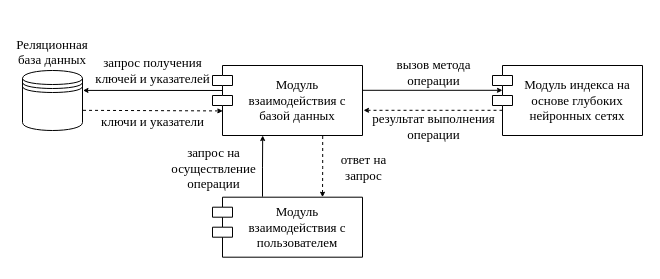
This is page "sw-struct" (5 of 6) of docs/main/img/idef0.drawio from MyMiDiII/bmstu-diploma-li, a draw.io file, before an edit. Source tidied: cells renumbered, new cells numbered last; positions are measured from the earlier drawing's top-left corner, leaving out a move shared by most shapes. Both pictures are drawn from the tidied source at 100%, with x=0, y=0 at pixel (22, 65).
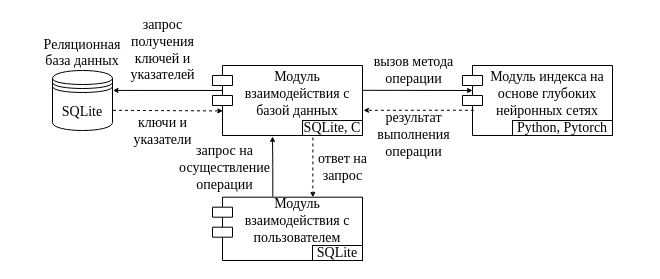
Above is the later version.

Change to the diagram source:
```diff
@@
-    <mxCell id="2" style="shape=connector;rounded=0;jettySize=auto;html=1;exitX=1.009;exitY=0.664;exitDx=0;exitDy=0;labelBackgroundColor=default;strokeColor=default;fontFamily=Times New Roman;fontSize=13;fontColor=default;startArrow=none;startFill=0;endArrow=classic;startSize=3;endSize=3;entryX=0.069;entryY=0.649;entryDx=0;entryDy=0;entryPerimeter=0;exitPerimeter=0;dashed=1;" parent="1" edge="1" source="4" target="10">
+    <mxCell id="2" style="shape=connector;rounded=0;jettySize=auto;html=1;exitX=1.009;exitY=0.664;exitDx=0;exitDy=0;labelBackgroundColor=default;strokeColor=default;fontFamily=Times New Roman;fontSize=14;fontColor=default;startArrow=none;startFill=0;endArrow=classic;startSize=3;endSize=3;entryX=0.069;entryY=0.649;entryDx=0;entryDy=0;entryPerimeter=0;exitPerimeter=0;dashed=1;" parent="1" edge="1" source="4" target="10">
       <mxGeometry relative="1" as="geometry" />
     </mxCell>
-    <mxCell id="3" value="ключи и указатели" style="edgeLabel;html=1;align=center;verticalAlign=middle;fontSize=13;fontFamily=Times New Roman;fontColor=default;labelBackgroundColor=none;" parent="2" vertex="1">
+    <mxCell id="3" value="ключи и&lt;br&gt;указатели" style="edgeLabel;html=1;align=center;verticalAlign=middle;fontSize=14;fontFamily=Times New Roman;fontColor=default;labelBackgroundColor=none;" parent="2" vertex="1">
       <mxGeometry x="-0.18" relative="1" as="geometry">
-        <mxPoint x="12" y="10" as="offset" />
+        <mxPoint x="4" y="20" as="offset" />
       </mxGeometry>
     </mxCell>
-    <mxCell id="4" value="Реляционная&lt;br style=&quot;font-size: 13px;&quot;&gt;база данных" style="shape=datastore;whiteSpace=wrap;html=1;fillColor=none;labelPosition=center;verticalLabelPosition=top;align=center;verticalAlign=bottom;fontFamily=Times New Roman;fontSize=13;" parent="1" vertex="1">
-      <mxGeometry y="5" width="60" height="60" as="geometry" />
+    <mxCell id="4" value="Реляционная&lt;br style=&quot;font-size: 14px;&quot;&gt;база данных&lt;br style=&quot;font-size: 14px;&quot;&gt;&lt;br style=&quot;font-size: 14px;&quot;&gt;&lt;br style=&quot;font-size: 14px;&quot;&gt;SQLite" style="shape=datastore;whiteSpace=wrap;html=1;fillColor=none;labelPosition=center;verticalLabelPosition=middle;align=center;verticalAlign=middle;fontFamily=Times New Roman;fontSize=14;spacingBottom=64;" parent="1" vertex="1">
+      <mxGeometry x="30" y="5" width="60" height="60" as="geometry" />
     </mxCell>
-    <mxCell id="5" style="edgeStyle=orthogonalEdgeStyle;shape=connector;rounded=0;orthogonalLoop=1;jettySize=auto;html=1;exitX=0.632;exitY=-0.009;exitDx=0;exitDy=0;entryX=0.833;entryY=0.971;entryDx=0;entryDy=0;labelBackgroundColor=default;strokeColor=default;fontFamily=Times New Roman;fontSize=13;fontColor=default;startArrow=none;startFill=0;endArrow=classic;startSize=3;endSize=3;entryPerimeter=0;exitPerimeter=0;" parent="1" edge="1">
-      <mxGeometry relative="1" as="geometry">
-        <mxPoint x="240" y="131.2" as="sourcePoint" />
-        <mxPoint x="240.2" y="70" as="targetPoint" />
-        <Array as="points">
-          <mxPoint x="240.2" y="101.7" />
-          <mxPoint x="240.2" y="101.7" />
-        </Array>
-      </mxGeometry>
+    <mxCell id="5" style="edgeStyle=orthogonalEdgeStyle;shape=connector;rounded=0;jettySize=auto;html=1;exitX=0.402;exitY=-0.008;exitDx=0;exitDy=0;labelBackgroundColor=default;strokeColor=default;fontFamily=Times New Roman;fontSize=14;fontColor=default;startArrow=none;startFill=0;endArrow=classic;startSize=3;endSize=3;exitPerimeter=0;entryX=0.4;entryY=1.014;entryDx=0;entryDy=0;entryPerimeter=0;" parent="1" edge="1" source="7" target="10">
+      <mxGeometry relative="1" as="geometry" />
     </mxCell>
-    <mxCell id="6" value="запрос на&lt;br style=&quot;font-size: 13px;&quot;&gt;осуществление&lt;br style=&quot;font-size: 13px;&quot;&gt;операции" style="edgeLabel;html=1;align=center;verticalAlign=middle;fontSize=13;fontFamily=Times New Roman;fontColor=default;labelBackgroundColor=none;" parent="5" vertex="1">
+    <mxCell id="6" value="запрос на&lt;br style=&quot;font-size: 14px;&quot;&gt;осуществление&lt;br style=&quot;font-size: 14px;&quot;&gt;операции" style="edgeLabel;html=1;align=center;verticalAlign=middle;fontSize=14;fontFamily=Times New Roman;fontColor=default;labelBackgroundColor=none;" parent="5" vertex="1">
       <mxGeometry x="-0.35" y="1" relative="1" as="geometry">
-        <mxPoint x="-49" y="-9" as="offset" />
+        <mxPoint x="-48" y="-9" as="offset" />
       </mxGeometry>
     </mxCell>
-    <mxCell id="7" value="Модуль взаимодействия с пользователем" style="shape=module;align=left;spacingLeft=20;align=center;verticalAlign=middle;whiteSpace=wrap;html=1;fillColor=none;fontFamily=Times New Roman;fontSize=13;" parent="1" vertex="1">
-      <mxGeometry x="190" y="131.7" width="150" height="60" as="geometry" />
+    <mxCell id="7" value="Модуль взаимодействия с пользователем" style="shape=module;align=left;spacingLeft=20;align=center;verticalAlign=middle;whiteSpace=wrap;html=1;fillColor=none;fontFamily=Times New Roman;fontSize=14;spacingBottom=14;" parent="1" vertex="1">
+      <mxGeometry x="190" y="131.7" width="150" height="63.3" as="geometry" />
     </mxCell>
-    <mxCell id="8" style="shape=connector;rounded=0;jettySize=auto;html=1;exitX=0.066;exitY=0.357;exitDx=0;exitDy=0;exitPerimeter=0;entryX=1.008;entryY=0.332;entryDx=0;entryDy=0;entryPerimeter=0;labelBackgroundColor=default;strokeColor=default;fontFamily=Times New Roman;fontSize=13;fontColor=default;startArrow=none;startFill=0;endArrow=classic;startSize=3;endSize=3;" parent="1" edge="1" source="10" target="4">
+    <mxCell id="8" style="shape=connector;rounded=0;jettySize=auto;html=1;exitX=0.066;exitY=0.357;exitDx=0;exitDy=0;exitPerimeter=0;entryX=1.008;entryY=0.332;entryDx=0;entryDy=0;entryPerimeter=0;labelBackgroundColor=default;strokeColor=default;fontFamily=Times New Roman;fontSize=14;fontColor=default;startArrow=none;startFill=0;endArrow=classic;startSize=3;endSize=3;" parent="1" edge="1" source="10" target="4">
       <mxGeometry relative="1" as="geometry" />
     </mxCell>
-    <mxCell id="9" value="запрос получения&lt;br style=&quot;font-size: 13px;&quot;&gt;ключей и указателей" style="edgeLabel;html=1;align=center;verticalAlign=middle;fontSize=13;fontFamily=Times New Roman;fontColor=default;labelBackgroundColor=none;" parent="8" vertex="1">
+    <mxCell id="9" value="запрос&lt;br&gt;получения&lt;br style=&quot;font-size: 14px;&quot;&gt;ключей и&lt;br&gt;указателей" style="edgeLabel;html=1;align=center;verticalAlign=middle;fontSize=14;fontFamily=Times New Roman;fontColor=default;labelBackgroundColor=none;" parent="8" vertex="1">
       <mxGeometry x="0.32" y="-1" relative="1" as="geometry">
-        <mxPoint x="22" y="-19" as="offset" />
+        <mxPoint x="12" y="-39" as="offset" />
       </mxGeometry>
     </mxCell>
-    <mxCell id="10" value="Модуль взаимодействия с базой данных" style="shape=module;align=left;spacingLeft=20;align=center;verticalAlign=middle;whiteSpace=wrap;html=1;fillColor=none;fontFamily=Times New Roman;fontSize=13;" parent="1" vertex="1">
+    <mxCell id="10" value="Модуль взаимодействия с базой данных" style="shape=module;align=left;spacingLeft=20;align=center;verticalAlign=middle;whiteSpace=wrap;html=1;fillColor=none;fontFamily=Times New Roman;fontSize=14;spacingBottom=13;" parent="1" vertex="1">
       <mxGeometry x="190" width="150" height="70" as="geometry" />
     </mxCell>
-    <mxCell id="11" value="Модуль индекса на основе глубоких нейронных сетях" style="shape=module;align=left;spacingLeft=20;align=center;verticalAlign=middle;whiteSpace=wrap;html=1;fillColor=none;fontFamily=Times New Roman;fontSize=13;" parent="1" vertex="1">
-      <mxGeometry x="470" width="150" height="70" as="geometry" />
+    <mxCell id="11" value="Модуль индекса на основе глубоких нейронных сетях" style="shape=module;align=left;spacingLeft=20;align=center;verticalAlign=middle;whiteSpace=wrap;html=1;fillColor=none;fontFamily=Times New Roman;fontSize=14;spacingBottom=13;" parent="1" vertex="1">
+      <mxGeometry x="440" width="150" height="70" as="geometry" />
     </mxCell>
-    <mxCell id="12" style="edgeStyle=orthogonalEdgeStyle;shape=connector;rounded=0;orthogonalLoop=1;jettySize=auto;html=1;exitX=0.632;exitY=-0.009;exitDx=0;exitDy=0;entryX=0.833;entryY=0.971;entryDx=0;entryDy=0;labelBackgroundColor=default;strokeColor=default;fontFamily=Times New Roman;fontSize=13;fontColor=default;startArrow=none;startFill=0;endArrow=classic;startSize=3;endSize=3;entryPerimeter=0;exitPerimeter=0;dashed=1;" parent="1" edge="1">
+    <mxCell id="12" style="edgeStyle=orthogonalEdgeStyle;shape=connector;rounded=0;jettySize=auto;html=1;exitX=0.161;exitY=1.13;exitDx=0;exitDy=0;labelBackgroundColor=default;strokeColor=default;fontFamily=Times New Roman;fontSize=14;fontColor=default;startArrow=none;startFill=0;endArrow=classic;startSize=3;endSize=3;exitPerimeter=0;dashed=1;entryX=0.669;entryY=0.001;entryDx=0;entryDy=0;entryPerimeter=0;" parent="1" edge="1" source="18" target="7">
       <mxGeometry relative="1" as="geometry">
-        <mxPoint x="300.2" y="70.5" as="sourcePoint" />
-        <mxPoint x="300" y="131.7" as="targetPoint" />
         <Array as="points">
-          <mxPoint x="300.2" y="102.3" />
-          <mxPoint x="300.2" y="102.3" />
+          <mxPoint x="290" y="132" />
         </Array>
       </mxGeometry>
     </mxCell>
-    <mxCell id="13" value="ответ на&lt;br style=&quot;font-size: 13px;&quot;&gt;запрос" style="edgeLabel;html=1;align=center;verticalAlign=middle;fontSize=13;fontFamily=Times New Roman;fontColor=default;labelBackgroundColor=none;" parent="12" vertex="1">
+    <mxCell id="13" value="ответ на&lt;br style=&quot;font-size: 14px;&quot;&gt;запрос" style="edgeLabel;html=1;align=center;verticalAlign=middle;fontSize=14;fontFamily=Times New Roman;fontColor=default;labelBackgroundColor=none;" parent="12" vertex="1">
       <mxGeometry x="-0.35" y="1" relative="1" as="geometry">
-        <mxPoint x="39" y="11" as="offset" />
+        <mxPoint x="28" y="11" as="offset" />
       </mxGeometry>
     </mxCell>
-    <mxCell id="14" style="shape=connector;rounded=0;orthogonalLoop=1;jettySize=auto;html=1;exitX=1.009;exitY=0.664;exitDx=0;exitDy=0;labelBackgroundColor=default;strokeColor=default;fontFamily=Times New Roman;fontSize=13;fontColor=default;startArrow=none;startFill=0;endArrow=classic;startSize=3;endSize=3;entryX=0.069;entryY=0.649;entryDx=0;entryDy=0;entryPerimeter=0;exitPerimeter=0;dashed=1;" parent="1" edge="1">
+    <mxCell id="14" style="shape=connector;rounded=0;jettySize=auto;html=1;exitX=0.076;exitY=0.639;exitDx=0;exitDy=0;labelBackgroundColor=default;strokeColor=default;fontFamily=Times New Roman;fontSize=14;fontColor=default;startArrow=none;startFill=0;endArrow=classic;startSize=3;endSize=3;entryX=0.069;entryY=0.649;entryDx=0;entryDy=0;entryPerimeter=0;exitPerimeter=0;dashed=1;" parent="1" edge="1" source="11">
       <mxGeometry relative="1" as="geometry">
-        <mxPoint x="480" y="44.8" as="sourcePoint" />
         <mxPoint x="341" y="44.8" as="targetPoint" />
       </mxGeometry>
     </mxCell>
-    <mxCell id="15" value="результат выполнения&lt;br style=&quot;font-size: 13px;&quot;&gt;операции" style="edgeLabel;html=1;align=center;verticalAlign=middle;fontSize=13;fontFamily=Times New Roman;fontColor=default;labelBackgroundColor=none;" parent="14" vertex="1">
+    <mxCell id="15" value="результат&lt;br&gt;выполнения&lt;br style=&quot;font-size: 14px;&quot;&gt;операции" style="edgeLabel;html=1;align=center;verticalAlign=middle;fontSize=14;fontFamily=Times New Roman;fontColor=default;labelBackgroundColor=none;" parent="14" vertex="1">
       <mxGeometry x="-0.18" relative="1" as="geometry">
-        <mxPoint x="-13" y="16" as="offset" />
+        <mxPoint x="-16" y="25" as="offset" />
       </mxGeometry>
     </mxCell>
-    <mxCell id="16" style="shape=connector;rounded=0;orthogonalLoop=1;jettySize=auto;html=1;exitX=0.066;exitY=0.357;exitDx=0;exitDy=0;exitPerimeter=0;entryX=1.008;entryY=0.332;entryDx=0;entryDy=0;entryPerimeter=0;labelBackgroundColor=default;strokeColor=default;fontFamily=Times New Roman;fontSize=13;fontColor=default;startArrow=none;startFill=0;endArrow=classic;startSize=3;endSize=3;" parent="1" edge="1">
+    <mxCell id="16" style="shape=connector;rounded=0;orthogonalLoop=1;jettySize=auto;html=1;exitX=0.066;exitY=0.357;exitDx=0;exitDy=0;exitPerimeter=0;labelBackgroundColor=default;strokeColor=default;fontFamily=Times New Roman;fontSize=14;fontColor=default;startArrow=none;startFill=0;endArrow=classic;startSize=3;endSize=3;" parent="1" edge="1">
       <mxGeometry relative="1" as="geometry">
         <mxPoint x="340" y="24.8" as="sourcePoint" />
-        <mxPoint x="480" y="24.8" as="targetPoint" />
+        <mxPoint x="450" y="25" as="targetPoint" />
       </mxGeometry>
     </mxCell>
-    <mxCell id="17" value="вызов метода&lt;br style=&quot;font-size: 13px;&quot;&gt;операции" style="edgeLabel;html=1;align=center;verticalAlign=middle;fontSize=13;fontFamily=Times New Roman;fontColor=default;labelBackgroundColor=none;" parent="16" vertex="1">
+    <mxCell id="17" value="вызов метода&lt;br style=&quot;font-size: 14px;&quot;&gt;операции" style="edgeLabel;html=1;align=center;verticalAlign=middle;fontSize=14;fontFamily=Times New Roman;fontColor=default;labelBackgroundColor=none;" parent="16" vertex="1">
       <mxGeometry x="0.32" y="-1" relative="1" as="geometry">
-        <mxPoint x="-22" y="-19" as="offset" />
+        <mxPoint x="-22" y="-21" as="offset" />
       </mxGeometry>
     </mxCell>
+    <mxCell id="18" value="SQLite, C" style="text;html=1;strokeColor=default;fillColor=none;align=center;verticalAlign=middle;whiteSpace=wrap;rounded=0;fontFamily=Times New Roman;fontStyle=0;fontSize=14;" parent="1" vertex="1">
+      <mxGeometry x="280" y="55" width="60" height="15" as="geometry" />
+    </mxCell>
+    <mxCell id="19" value="SQLite" style="text;html=1;strokeColor=default;fillColor=none;align=center;verticalAlign=middle;whiteSpace=wrap;rounded=0;fontFamily=Times New Roman;fontStyle=0;fontSize=14;" parent="1" vertex="1">
+      <mxGeometry x="290" y="180" width="50" height="15" as="geometry" />
+    </mxCell>
+    <mxCell id="20" value="Python, Pytorch" style="text;html=1;strokeColor=default;fillColor=none;align=center;verticalAlign=middle;whiteSpace=wrap;rounded=0;fontFamily=Times New Roman;fontStyle=0;fontSize=14;" parent="1" vertex="1">
+      <mxGeometry x="490" y="55" width="100" height="15" as="geometry" />
+    </mxCell>
```
